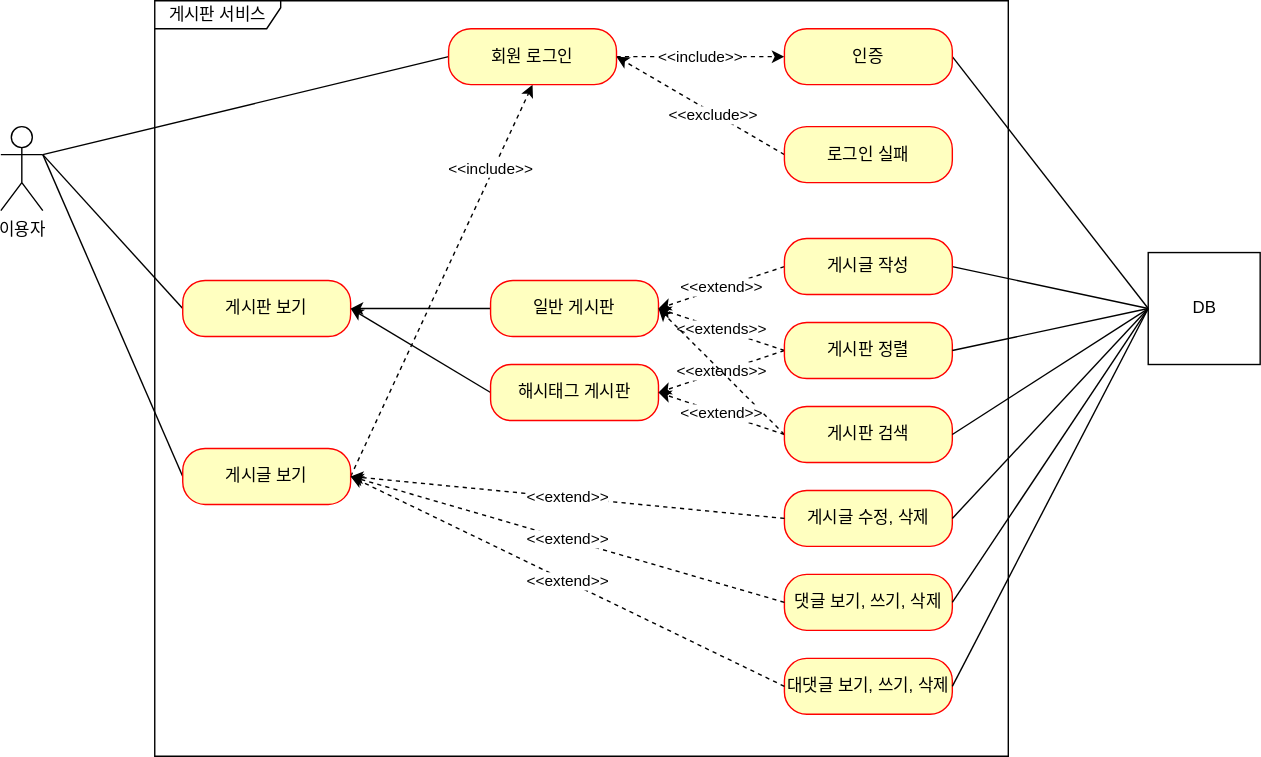
The draw.io diagram documents/use-case.svg in JIHYEON-PF/fc_project-board, before a commit. Source tidied: cells renumbered, new cells last; positions are measured from the earlier drawing's top-left corner, leaving out a move shared by most shapes.
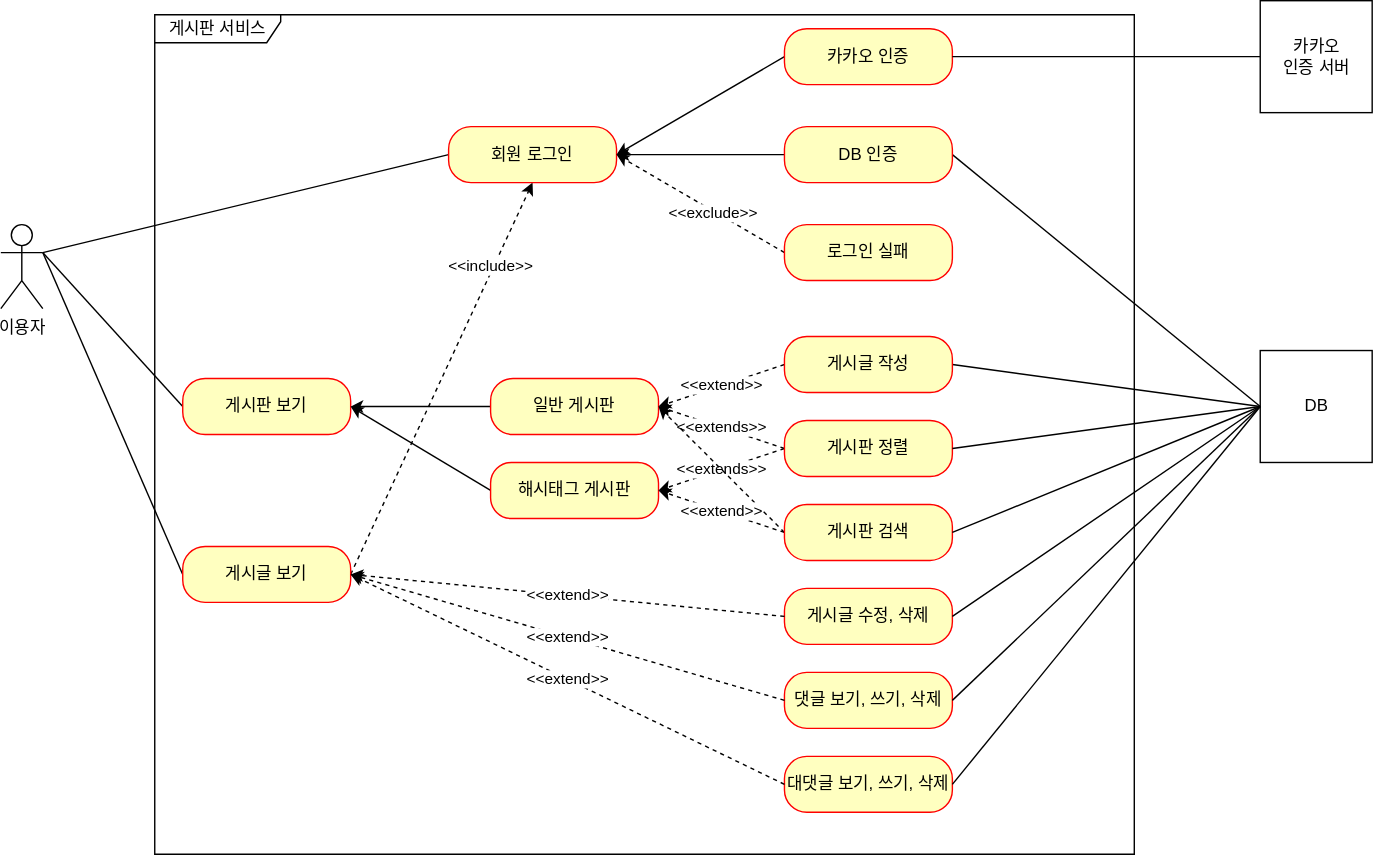
After the commit.

Commit message:
feature:#63 - use-case.svg 카카오 인증 usecase 추가, 대댓글 이전 커밋에 포함되어 있음

Change to the diagram source:
```diff
@@ -3,7 +3,7 @@
     <mxCell id="0" />
     <mxCell id="1" parent="0" />
     <mxCell id="2" value="게시판 서비스" style="shape=umlFrame;whiteSpace=wrap;html=1;width=90;height=20;" parent="1" vertex="1">
-      <mxGeometry x="110" width="610" height="540" as="geometry" />
+      <mxGeometry x="110" y="-60" width="700" height="600" as="geometry" />
     </mxCell>
     <mxCell id="3" style="rounded=0;jettySize=auto;html=1;exitX=1;exitY=0.3333333333333333;exitDx=0;exitDy=0;exitPerimeter=0;entryX=0;entryY=0.5;entryDx=0;entryDy=0;endArrow=none;endFill=0;" parent="1" edge="1" source="6" target="14">
       <mxGeometry relative="1" as="geometry" />
@@ -24,7 +24,7 @@
       <mxGeometry relative="1" as="geometry" />
     </mxCell>
     <mxCell id="9" value="DB" style="html=1;" parent="1" vertex="1">
-      <mxGeometry x="820" y="180" width="80" height="80" as="geometry" />
+      <mxGeometry x="900" y="180" width="80" height="80" as="geometry" />
     </mxCell>
     <mxCell id="10" value="게시판 보기" style="rounded=1;whiteSpace=wrap;html=1;arcSize=40;fontColor=#000000;fillColor=#ffffc0;strokeColor=#ff0000;" parent="1" vertex="1">
       <mxGeometry x="130" y="200" width="120" height="40" as="geometry" />
@@ -35,13 +35,13 @@
     <mxCell id="12" value="게시글 보기" style="rounded=1;whiteSpace=wrap;html=1;arcSize=40;fontColor=#000000;fillColor=#ffffc0;strokeColor=#ff0000;" parent="1" vertex="1">
       <mxGeometry x="130" y="320" width="120" height="40" as="geometry" />
     </mxCell>
-    <mxCell id="13" value="&amp;lt;&amp;lt;include&amp;gt;&amp;gt;" style="edgeStyle=none;rounded=0;jettySize=auto;html=1;exitX=1;exitY=0.5;exitDx=0;exitDy=0;entryX=0;entryY=0.5;entryDx=0;entryDy=0;endArrow=classic;endFill=1;dashed=1;" parent="1" edge="1" source="14" target="15">
-      <mxGeometry relative="1" as="geometry" />
-    </mxCell>
     <mxCell id="14" value="회원 로그인" style="rounded=1;whiteSpace=wrap;html=1;arcSize=40;fontColor=#000000;fillColor=#ffffc0;strokeColor=#ff0000;" parent="1" vertex="1">
       <mxGeometry x="320" y="20" width="120" height="40" as="geometry" />
     </mxCell>
+    <mxCell id="42" style="edgeStyle=orthogonalEdgeStyle;rounded=0;jettySize=auto;html=1;exitX=0;exitY=0.5;exitDx=0;exitDy=0;entryX=1;entryY=0.5;entryDx=0;entryDy=0;" parent="1" edge="1" source="15" target="14">
+      <mxGeometry relative="1" as="geometry" />
+    </mxCell>
-    <mxCell id="15" value="인증" style="rounded=1;whiteSpace=wrap;html=1;arcSize=40;fontColor=#000000;fillColor=#ffffc0;strokeColor=#ff0000;" parent="1" vertex="1">
+    <mxCell id="15" value="DB 인증" style="rounded=1;whiteSpace=wrap;html=1;arcSize=40;fontColor=#000000;fillColor=#ffffc0;strokeColor=#ff0000;" parent="1" vertex="1">
       <mxGeometry x="560" y="20" width="120" height="40" as="geometry" />
     </mxCell>
     <mxCell id="16" style="edgeStyle=none;rounded=0;jettySize=auto;html=1;exitX=0;exitY=0.5;exitDx=0;exitDy=0;entryX=1;entryY=0.5;entryDx=0;entryDy=0;endArrow=classic;endFill=1;dashed=1;" parent="1" edge="1" source="18" target="14">
@@ -122,5 +122,17 @@
     <mxCell id="41" style="rounded=0;jettySize=auto;html=1;exitX=0;exitY=0.5;exitDx=0;exitDy=0;entryX=1;entryY=0.5;entryDx=0;entryDy=0;endArrow=none;endFill=0;" parent="1" edge="1" source="9" target="32">
       <mxGeometry relative="1" as="geometry" />
     </mxCell>
+    <mxCell id="43" style="rounded=0;jettySize=auto;html=1;exitX=0;exitY=0.5;exitDx=0;exitDy=0;entryX=1;entryY=0.5;entryDx=0;entryDy=0;" parent="1" edge="1" source="44" target="14">
+      <mxGeometry relative="1" as="geometry" />
+    </mxCell>
+    <mxCell id="44" value="카카오 인증" style="rounded=1;whiteSpace=wrap;html=1;arcSize=40;fontColor=#000000;fillColor=#ffffc0;strokeColor=#ff0000;" parent="1" vertex="1">
+      <mxGeometry x="560" y="-50" width="120" height="40" as="geometry" />
+    </mxCell>
+    <mxCell id="45" style="edgeStyle=orthogonalEdgeStyle;rounded=0;jettySize=auto;html=1;exitX=0;exitY=0.5;exitDx=0;exitDy=0;entryX=1;entryY=0.5;entryDx=0;entryDy=0;endArrow=none;endFill=0;" parent="1" edge="1" source="46" target="44">
+      <mxGeometry relative="1" as="geometry" />
+    </mxCell>
+    <mxCell id="46" value="카카오 &lt;br&gt;인증 서버" style="html=1;" parent="1" vertex="1">
+      <mxGeometry x="900" y="-70" width="80" height="80" as="geometry" />
+    </mxCell>
   </root>
 </mxGraphModel>
```
